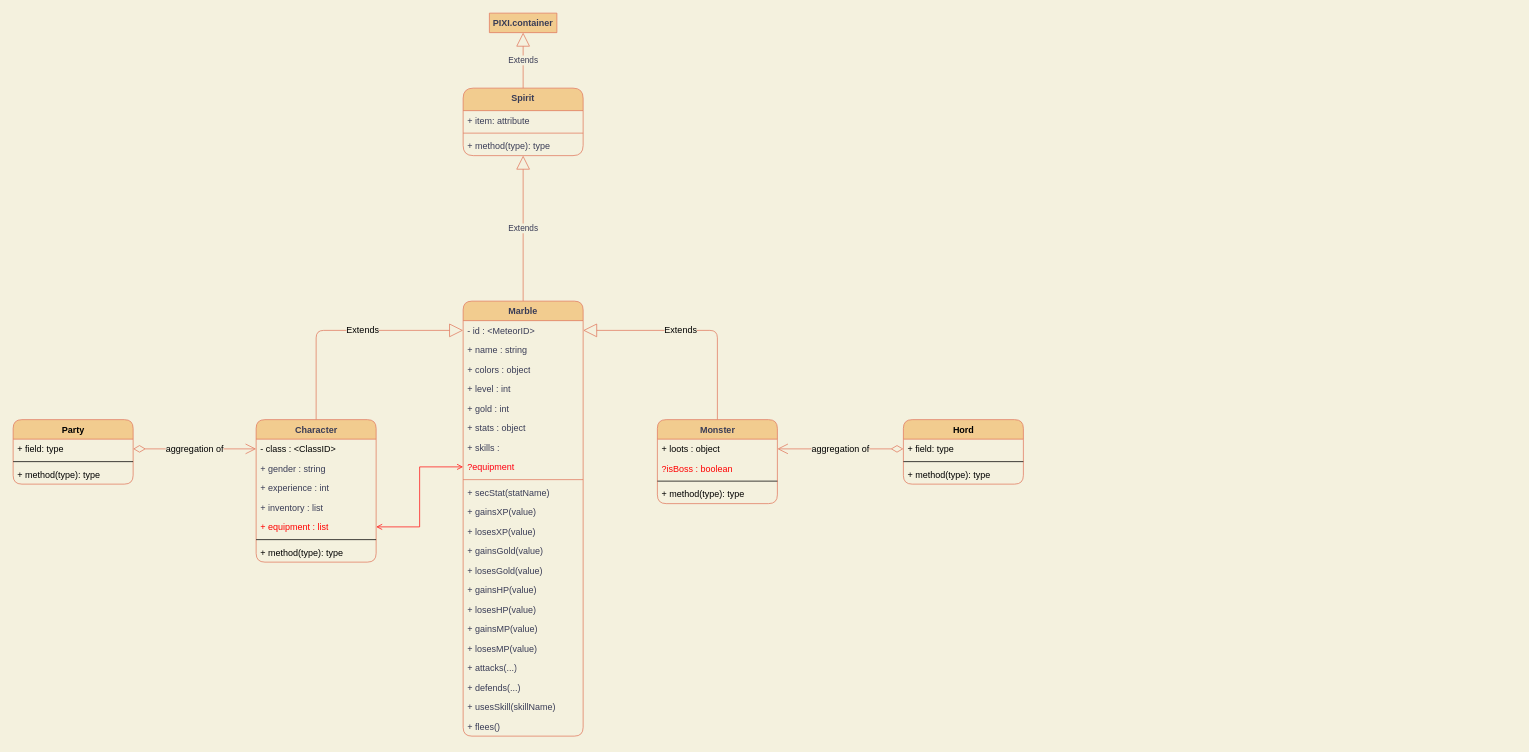
Above: UMLdiagram.drawio in MonsieurTempo/Adventurous2 (draw.io), before the change. Source tidied: cells renumbered, new cells numbered last; positions are measured from the earlier drawing's top-left corner, leaving out a move shared by most shapes. Both pictures are drawn from the tidied source at 75%, with x=0, y=0 at pixel (13, 13).
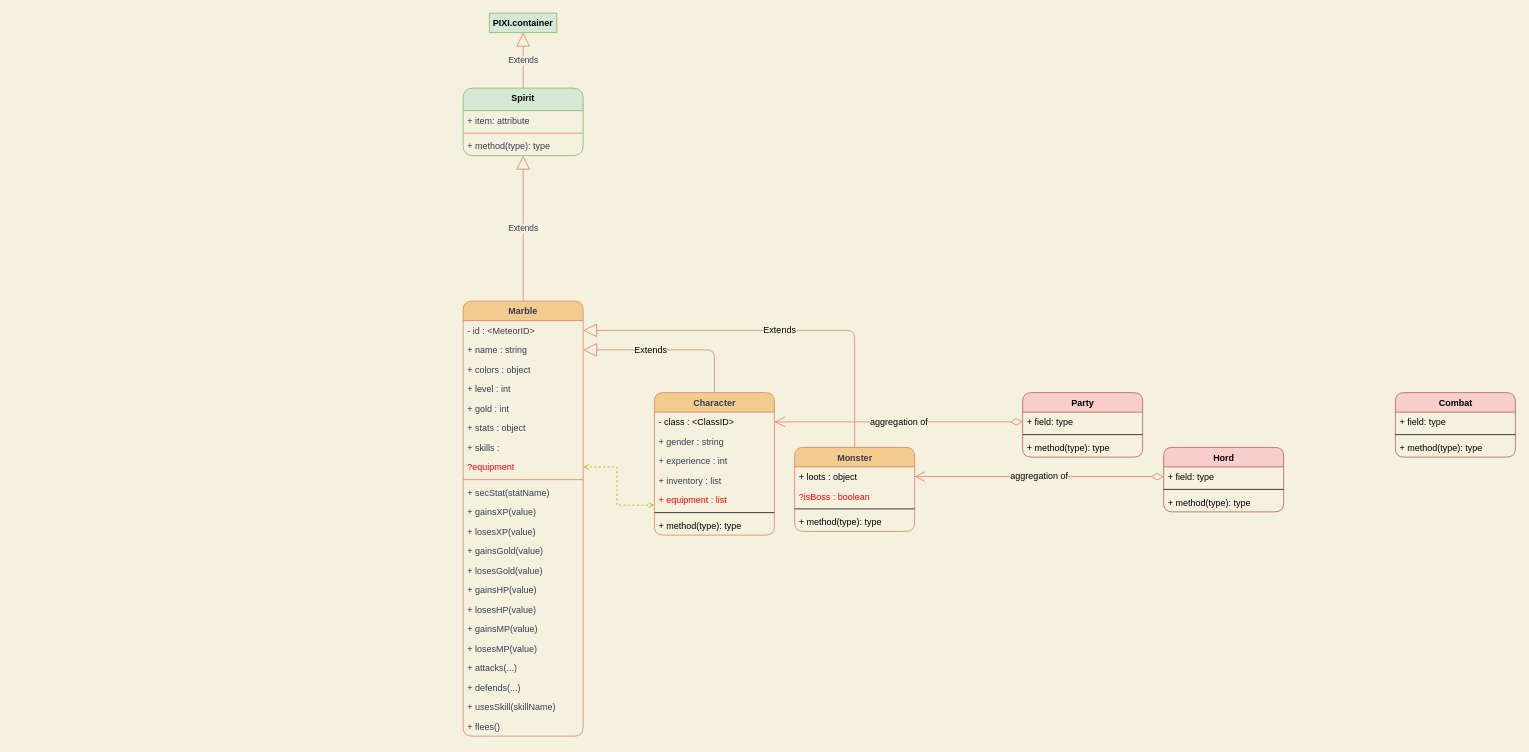
The same diagram, later.

The change refers to these unchanged cells:
```xml
<mxCell id="10" value="- id : &lt;MeteorID&gt;" style="text;strokeColor=none;fillColor=none;align=left;verticalAlign=top;spacingLeft=4;spacingRight=4;overflow=hidden;points=[[0,0.5],[1,0.5]];portConstraint=eastwest;fontColor=#393C56;rounded=1;" parent="9" vertex="1">
  <mxGeometry y="26" width="160" height="26" as="geometry" />
</mxCell>
<mxCell id="11" value="+ name : string" style="text;strokeColor=none;fillColor=none;align=left;verticalAlign=top;spacingLeft=4;spacingRight=4;overflow=hidden;points=[[0,0.5],[1,0.5]];portConstraint=eastwest;rounded=1;fontColor=#393C56;" parent="9" vertex="1">
  <mxGeometry y="52" width="160" height="26" as="geometry" />
</mxCell>
<mxCell id="17" value="?equipment" style="text;strokeColor=none;fillColor=none;align=left;verticalAlign=top;spacingLeft=4;spacingRight=4;overflow=hidden;points=[[0,0.5],[1,0.5]];portConstraint=eastwest;rounded=1;fontColor=#FF0011;" parent="9" vertex="1">
  <mxGeometry y="208" width="160" height="26" as="geometry" />
</mxCell>
<mxCell id="38" value="- class : &lt;ClassID&gt;" style="text;strokeColor=none;fillColor=none;align=left;verticalAlign=top;spacingLeft=4;spacingRight=4;overflow=hidden;points=[[0,0.5],[1,0.5]];portConstraint=eastwest;" parent="37" vertex="1">
  <mxGeometry y="26" width="160" height="26" as="geometry" />
</mxCell>
<mxCell id="42" value="+ equipment : list" style="text;strokeColor=none;fillColor=none;align=left;verticalAlign=top;spacingLeft=4;spacingRight=4;overflow=hidden;points=[[0,0.5],[1,0.5]];portConstraint=eastwest;rounded=1;fontSize=12;html=1;fontColor=#FF0000;" parent="37" vertex="1">
  <mxGeometry y="130" width="160" height="26" as="geometry" />
</mxCell>
<mxCell id="51" value="+ field: type" style="text;strokeColor=none;fillColor=none;align=left;verticalAlign=top;spacingLeft=4;spacingRight=4;overflow=hidden;points=[[0,0.5],[1,0.5]];portConstraint=eastwest;" parent="50" vertex="1">
  <mxGeometry y="26" width="160" height="26" as="geometry" />
</mxCell>
```

Diff of the diagram source:
```diff
@@
-    <mxCell id="2" value="PIXI.container" style="swimlane;fontStyle=1;align=center;verticalAlign=top;horizontal=1;startSize=26;fillColor=#F2CC8F;strokeColor=#E07A5F;fontColor=#393C56;rounded=1;" parent="1" vertex="1" collapsed="1">
+    <mxCell id="2" value="PIXI.container" style="swimlane;fontStyle=1;align=center;verticalAlign=top;horizontal=1;startSize=26;fillColor=#d5e8d4;strokeColor=#82b366;rounded=1;" parent="1" vertex="1" collapsed="1">
       <mxGeometry x="635" width="90" height="26" as="geometry" />
     </mxCell>
-    <mxCell id="3" value="Spirit" style="swimlane;fontStyle=1;align=center;verticalAlign=top;horizontal=1;startSize=30;fillColor=#F2CC8F;strokeColor=#E07A5F;fontColor=#393C56;rounded=1;" parent="1" vertex="1">
+    <mxCell id="3" value="Spirit" style="swimlane;fontStyle=1;align=center;verticalAlign=top;horizontal=1;startSize=30;fillColor=#d5e8d4;strokeColor=#82b366;rounded=1;" parent="1" vertex="1">
       <mxGeometry x="600" y="100" width="160" height="90" as="geometry" />
     </mxCell>
@@
-    <mxCell id="32" style="edgeStyle=orthogonalEdgeStyle;rounded=0;jettySize=auto;html=1;entryX=0;entryY=0.5;entryDx=0;entryDy=0;fillColor=#F2CC8F;fontSize=12;fontColor=#393C56;strokeColor=#FF1414;startArrow=open;startFill=0;endArrow=open;endFill=0;" parent="1" edge="1" source="42" target="17">
-      <mxGeometry relative="1" as="geometry" />
+    <mxCell id="32" style="edgeStyle=orthogonalEdgeStyle;rounded=0;jettySize=auto;html=1;entryX=1;entryY=0.5;entryDx=0;entryDy=0;fillColor=#F2CC8F;fontSize=12;fontColor=#393C56;startArrow=open;startFill=0;endArrow=open;endFill=0;dashed=1;strokeColor=#B8B207;" parent="1" edge="1" source="42" target="17">
+      <mxGeometry relative="1" as="geometry">
+        <Array as="points">
+          <mxPoint x="805" y="656" />
+          <mxPoint x="805" y="605" />
+        </Array>
+      </mxGeometry>
     </mxCell>
-    <mxCell id="33" value="Extends" style="endArrow=block;endSize=16;endFill=0;html=1;strokeColor=#E07A5F;fillColor=#F2CC8F;fontSize=12;exitX=0.5;exitY=0;exitDx=0;exitDy=0;entryX=0;entryY=0.5;entryDx=0;entryDy=0;edgeStyle=orthogonalEdgeStyle;labelBackgroundColor=#F4F1DE;" parent="1" edge="1" source="37" target="10">
-      <mxGeometry x="-0.24" y="-61" relative="1" as="geometry">
-        <Array as="points">
-          <mxPoint x="404" y="423" />
-        </Array>
-        <mxPoint x="61" y="-61" as="offset" />
-      </mxGeometry>
-    </mxCell>
-    <mxCell id="34" value="aggregation of" style="endArrow=open;html=1;endSize=12;startArrow=diamondThin;startSize=14;startFill=0;edgeStyle=orthogonalEdgeStyle;labelBackgroundColor=#F4F1DE;strokeColor=#E07A5F;fillColor=#F2CC8F;fontSize=12;fontColor=#000000;exitX=1;exitY=0.5;exitDx=0;exitDy=0;entryX=0;entryY=0.5;entryDx=0;entryDy=0;" parent="1" edge="1" source="51" target="38">
-      <mxGeometry relative="1" as="geometry" />
-    </mxCell>
@@
     <mxCell id="36" value="Extends" style="endArrow=block;endSize=16;endFill=0;html=1;strokeColor=#E07A5F;fillColor=#F2CC8F;fontSize=12;exitX=0.5;exitY=0;exitDx=0;exitDy=0;entryX=1;entryY=0.5;entryDx=0;entryDy=0;edgeStyle=orthogonalEdgeStyle;labelBackgroundColor=#F4F1DE;" parent="1" edge="1" source="45" target="10">
       <mxGeometry x="-0.2" y="49" relative="1" as="geometry">
         <Array as="points">
-          <mxPoint x="939" y="423" />
+          <mxPoint x="1122" y="423" />
         </Array>
         <mxPoint x="-49" y="-49" as="offset" />
       </mxGeometry>
     </mxCell>
+    <mxCell id="33" value="Extends" style="endArrow=block;endSize=16;endFill=0;html=1;strokeColor=#E07A5F;fillColor=#F2CC8F;fontSize=12;exitX=0.5;exitY=0;exitDx=0;exitDy=0;entryX=1;entryY=0.5;entryDx=0;entryDy=0;edgeStyle=orthogonalEdgeStyle;labelBackgroundColor=#F4F1DE;" parent="1" edge="1" source="37" target="11">
+      <mxGeometry x="-0.2" y="49" relative="1" as="geometry">
+        <Array as="points">
+          <mxPoint x="935" y="449" />
+        </Array>
+        <mxPoint x="-49" y="-49" as="offset" />
+      </mxGeometry>
+    </mxCell>
     <mxCell id="37" value="Character" style="swimlane;fontStyle=1;align=center;verticalAlign=top;horizontal=1;startSize=26;rounded=1;strokeColor=#E07A5F;fillColor=#F2CC8F;fontSize=12;fontColor=#393C56;html=1;" parent="1" vertex="1">
-      <mxGeometry x="324" y="542" width="160" height="190" as="geometry" />
+      <mxGeometry x="855" y="506" width="160" height="190" as="geometry" />
     </mxCell>
@@
     <mxCell id="45" value="Monster" style="swimlane;fontStyle=1;align=center;verticalAlign=top;horizontal=1;startSize=26;rounded=1;strokeColor=#E07A5F;fillColor=#F2CC8F;fontSize=12;fontColor=#393C56;html=1;" parent="1" vertex="1">
-      <mxGeometry x="859" y="542" width="160" height="112" as="geometry" />
+      <mxGeometry x="1042" y="579" width="160" height="112" as="geometry" />
     </mxCell>
@@
+    <mxCell id="54" value="Hord" style="swimlane;fontStyle=1;align=center;verticalAlign=top;horizontal=1;startSize=26;rounded=1;strokeColor=#b85450;fillColor=#f8cecc;fontSize=12;html=1;" parent="1" vertex="1">
+      <mxGeometry x="1534" y="579" width="160" height="86" as="geometry" />
+    </mxCell>
+    <mxCell id="55" value="+ field: type" style="text;strokeColor=none;fillColor=none;align=left;verticalAlign=top;spacingLeft=4;spacingRight=4;overflow=hidden;points=[[0,0.5],[1,0.5]];portConstraint=eastwest;" parent="54" vertex="1">
+      <mxGeometry y="26" width="160" height="26" as="geometry" />
+    </mxCell>
+    <mxCell id="56" style="line;strokeWidth=1;fillColor=none;align=left;verticalAlign=middle;spacingTop=-1;spacingLeft=3;spacingRight=3;labelPosition=right;" parent="54" vertex="1">
+      <mxGeometry y="52" width="160" height="8" as="geometry" />
+    </mxCell>
+    <mxCell id="57" value="+ method(type): type" style="text;strokeColor=none;fillColor=none;align=left;verticalAlign=top;spacingLeft=4;spacingRight=4;overflow=hidden;" parent="54" vertex="1">
+      <mxGeometry y="60" width="160" height="26" as="geometry" />
+    </mxCell>
+    <mxCell id="34" value="aggregation of" style="endArrow=open;html=1;endSize=12;startArrow=diamondThin;startSize=14;startFill=0;edgeStyle=orthogonalEdgeStyle;labelBackgroundColor=#F4F1DE;strokeColor=#E07A5F;fillColor=#F2CC8F;fontSize=12;fontColor=#000000;exitX=0;exitY=0.5;exitDx=0;exitDy=0;" parent="1" edge="1" source="51">
+      <mxGeometry relative="1" as="geometry">
+        <mxPoint x="1015" y="545" as="targetPoint" />
+      </mxGeometry>
+    </mxCell>
-    <mxCell id="50" value="Party" style="swimlane;fontStyle=1;align=center;verticalAlign=top;horizontal=1;startSize=26;rounded=1;strokeColor=#E07A5F;fillColor=#F2CC8F;fontSize=12;fontColor=#000000;html=1;" parent="1" vertex="1">
-      <mxGeometry y="542" width="160" height="86" as="geometry" />
+    <mxCell id="50" value="Party" style="swimlane;fontStyle=1;align=center;verticalAlign=top;horizontal=1;startSize=26;rounded=1;strokeColor=#b85450;fillColor=#f8cecc;fontSize=12;html=1;" parent="1" vertex="1">
+      <mxGeometry x="1346" y="506" width="160" height="86" as="geometry" />
     </mxCell>
@@
-    <mxCell id="54" value="Hord" style="swimlane;fontStyle=1;align=center;verticalAlign=top;horizontal=1;startSize=26;rounded=1;strokeColor=#E07A5F;fillColor=#F2CC8F;fontSize=12;fontColor=#000000;html=1;" parent="1" vertex="1">
-      <mxGeometry x="1187" y="542" width="160" height="86" as="geometry" />
-    </mxCell>
-    <mxCell id="55" value="+ field: type" style="text;strokeColor=none;fillColor=none;align=left;verticalAlign=top;spacingLeft=4;spacingRight=4;overflow=hidden;points=[[0,0.5],[1,0.5]];portConstraint=eastwest;" parent="54" vertex="1">
-      <mxGeometry y="26" width="160" height="26" as="geometry" />
-    </mxCell>
-    <mxCell id="56" style="line;strokeWidth=1;fillColor=none;align=left;verticalAlign=middle;spacingTop=-1;spacingLeft=3;spacingRight=3;labelPosition=right;" parent="54" vertex="1">
-      <mxGeometry y="52" width="160" height="8" as="geometry" />
-    </mxCell>
-    <mxCell id="57" value="+ method(type): type" style="text;strokeColor=none;fillColor=none;align=left;verticalAlign=top;spacingLeft=4;spacingRight=4;overflow=hidden;" parent="54" vertex="1">
-      <mxGeometry y="60" width="160" height="26" as="geometry" />
-    </mxCell>
+    <mxCell id="58" value="Combat" style="swimlane;fontStyle=1;align=center;verticalAlign=top;horizontal=1;startSize=26;rounded=1;strokeColor=#b85450;fillColor=#f8cecc;fontSize=12;html=1;" parent="1" vertex="1">
+      <mxGeometry x="1843" y="506" width="160" height="86" as="geometry" />
+    </mxCell>
+    <mxCell id="59" value="+ field: type" style="text;strokeColor=none;fillColor=none;align=left;verticalAlign=top;spacingLeft=4;spacingRight=4;overflow=hidden;" parent="58" vertex="1">
+      <mxGeometry y="26" width="160" height="26" as="geometry" />
+    </mxCell>
+    <mxCell id="60" style="line;strokeWidth=1;fillColor=none;align=left;verticalAlign=middle;spacingTop=-1;spacingLeft=3;spacingRight=3;labelPosition=right;" parent="58" vertex="1">
+      <mxGeometry y="52" width="160" height="8" as="geometry" />
+    </mxCell>
+    <mxCell id="61" value="+ method(type): type" style="text;strokeColor=none;fillColor=none;align=left;verticalAlign=top;spacingLeft=4;spacingRight=4;overflow=hidden;" parent="58" vertex="1">
+      <mxGeometry y="60" width="160" height="26" as="geometry" />
+    </mxCell>
```
